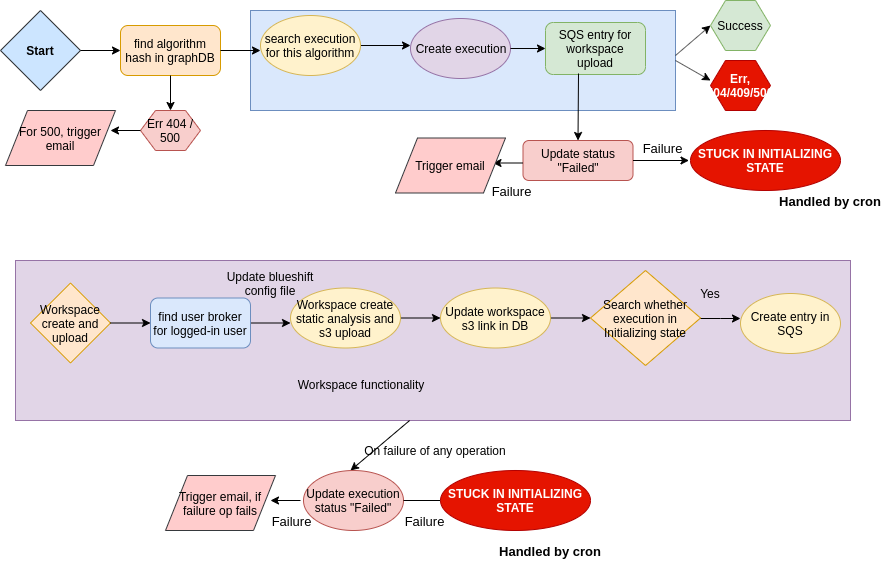
Before: start_from_UI.png, a diagram exported from draw.io (prodipta/blueshift-resouce). Source tidied: cells renumbered, new cells last; positions are measured from the earlier drawing's top-left corner, leaving out a move shared by most shapes.
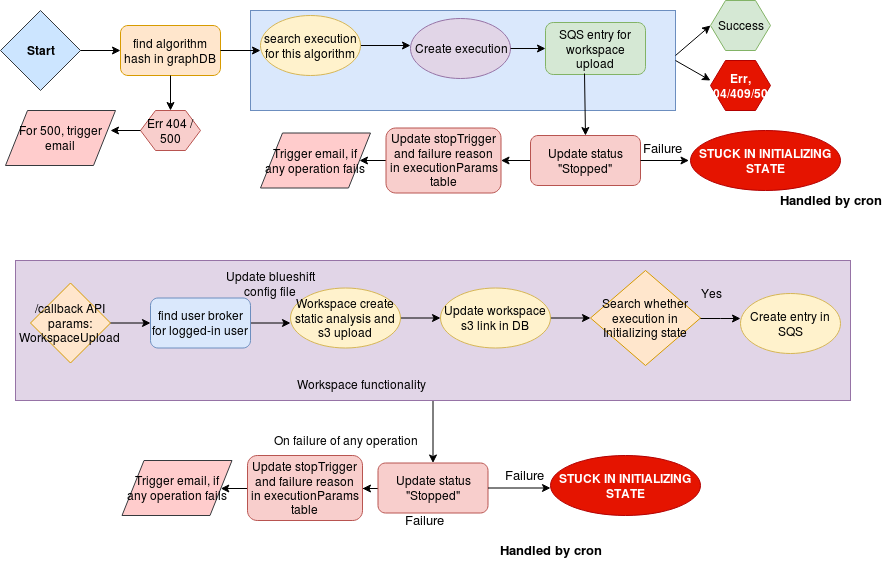
The same file after the commit.

The edit, as a diff of the source:
```diff
@@ -2,8 +2,11 @@
   <root>
     <mxCell id="0" />
     <mxCell id="1" parent="0" />
+    <mxCell id="54" style="edgeStyle=orthogonalEdgeStyle;rounded=0;jettySize=auto;html=1;" parent="1" edge="1" source="2" target="59">
+      <mxGeometry relative="1" as="geometry" />
+    </mxCell>
     <mxCell id="2" style="rounded=0;whiteSpace=wrap;html=1;fillColor=#e1d5e7;strokeColor=#9673a6;" parent="1" vertex="1">
-      <mxGeometry x="15" y="260" width="835" height="160" as="geometry" />
+      <mxGeometry x="15" y="260" width="835" height="140" as="geometry" />
     </mxCell>
     <mxCell id="3" style="rounded=0;whiteSpace=wrap;html=1;fillColor=#dae8fc;strokeColor=#6c8ebf;" parent="1" vertex="1">
       <mxGeometry x="250" y="10" width="425" height="100" as="geometry" />
@@ -35,7 +38,7 @@
     <mxCell id="10" value="Create execution" style="ellipse;whiteSpace=wrap;html=1;fillColor=#e1d5e7;strokeColor=#9673a6;" parent="1" vertex="1">
       <mxGeometry x="410" y="18" width="100" height="60" as="geometry" />
     </mxCell>
-    <mxCell id="11" value="Workspace create and upload" style="rhombus;whiteSpace=wrap;html=1;fillColor=#ffe6cc;strokeColor=#d79b00;" parent="1" vertex="1">
+    <mxCell id="11" value="&lt;div&gt;/callback API&lt;/div&gt;&lt;div&gt;params: WorkspaceUpload&lt;br&gt;&lt;/div&gt;" style="rhombus;whiteSpace=wrap;html=1;fillColor=#ffe6cc;strokeColor=#d79b00;" parent="1" vertex="1">
       <mxGeometry x="30" y="282.5" width="80" height="80" as="geometry" />
     </mxCell>
     <mxCell id="12" style="endArrow=classic;html=1;exitX=1;exitY=0.5;exitDx=0;exitDy=0;" parent="1" edge="1" source="11">
@@ -95,42 +98,26 @@
     <mxCell id="26" value="For 500, trigger email" style="shape=parallelogram;perimeter=parallelogramPerimeter;whiteSpace=wrap;html=1;fillColor=#ffcccc;strokeColor=#36393d;" parent="1" vertex="1">
       <mxGeometry x="5" y="110" width="110" height="55" as="geometry" />
     </mxCell>
-    <mxCell id="27" style="endArrow=classic;html=1;exitX=0.472;exitY=1;exitDx=0;exitDy=0;exitPerimeter=0;" parent="1" edge="1" source="2">
-      <mxGeometry relative="1" as="geometry">
-        <mxPoint x="350" y="470" as="targetPoint" />
-      </mxGeometry>
-    </mxCell>
     <mxCell id="28" value="On failure of any operation" style="text;html=1;strokeColor=none;fillColor=none;align=center;verticalAlign=middle;whiteSpace=wrap;rounded=0;" parent="1" vertex="1">
-      <mxGeometry x="360" y="440" width="150" height="20" as="geometry" />
+      <mxGeometry x="270" y="430" width="150" height="20" as="geometry" />
     </mxCell>
-    <mxCell id="29" value="Update execution status &quot;Failed&quot;" style="ellipse;whiteSpace=wrap;html=1;fillColor=#f8cecc;strokeColor=#b85450;" parent="1" vertex="1">
-      <mxGeometry x="303" y="470" width="100" height="60" as="geometry" />
-    </mxCell>
     <mxCell id="30" value="Update blueshift config file" style="text;html=1;strokeColor=none;fillColor=none;align=center;verticalAlign=middle;whiteSpace=wrap;rounded=0;" parent="1" vertex="1">
       <mxGeometry x="220" y="273" width="100" height="20" as="geometry" />
     </mxCell>
-    <mxCell id="31" style="endArrow=classic;html=1;" parent="1" edge="1">
-      <mxGeometry relative="1" as="geometry">
-        <mxPoint x="300" y="500" as="sourcePoint" />
-        <mxPoint x="270" y="500" as="targetPoint" />
-      </mxGeometry>
-    </mxCell>
-    <mxCell id="32" value="Trigger email, if failure op fails" style="shape=parallelogram;perimeter=parallelogramPerimeter;whiteSpace=wrap;html=1;fillColor=#ffcccc;strokeColor=#36393d;" parent="1" vertex="1">
-      <mxGeometry x="165" y="475" width="110" height="55" as="geometry" />
-    </mxCell>
     <mxCell id="33" value="Create entry in SQS" style="ellipse;whiteSpace=wrap;html=1;fillColor=#fff2cc;strokeColor=#d6b656;" parent="1" vertex="1">
       <mxGeometry x="740" y="293" width="100" height="60" as="geometry" />
     </mxCell>
     <mxCell id="34" value="Yes" style="text;html=1;strokeColor=none;fillColor=none;align=center;verticalAlign=middle;whiteSpace=wrap;rounded=0;" parent="1" vertex="1">
       <mxGeometry x="690" y="283" width="40" height="20" as="geometry" />
     </mxCell>
-    <mxCell id="35" style="endArrow=none;html=1;entryX=1;entryY=0.5;entryDx=0;entryDy=0;" parent="1" edge="1" target="29">
+    <mxCell id="35" style="endArrow=none;html=1;entryX=1;entryY=0.5;entryDx=0;entryDy=0;" parent="1" edge="1">
       <mxGeometry relative="1" as="geometry">
         <mxPoint x="440" y="500" as="sourcePoint" />
+        <mxPoint x="403" y="500" as="targetPoint" />
       </mxGeometry>
     </mxCell>
     <mxCell id="36" value="STUCK IN INITIALIZING STATE" style="ellipse;whiteSpace=wrap;html=1;fontStyle=1;fillColor=#e51400;strokeColor=#B20000;fontColor=#ffffff;" parent="1" vertex="1">
-      <mxGeometry x="440" y="470" width="150" height="60" as="geometry" />
+      <mxGeometry x="550" y="455" width="150" height="60" as="geometry" />
     </mxCell>
     <mxCell id="37" value="Handled by cron" style="text;html=1;strokeColor=none;fillColor=none;align=center;verticalAlign=middle;whiteSpace=wrap;rounded=0;fontStyle=1;fontSize=13;" parent="1" vertex="1">
       <mxGeometry x="490" y="540" width="120" height="20" as="geometry" />
@@ -141,14 +128,21 @@
     <mxCell id="39" style="endArrow=classic;html=1;exitX=1;exitY=0.5;exitDx=0;exitDy=0;entryX=0;entryY=0.5;entryDx=0;entryDy=0;" parent="1" edge="1" source="10" target="24">
       <mxGeometry relative="1" as="geometry" />
     </mxCell>
-    <mxCell id="40" style="endArrow=classic;html=1;entryX=0.5;entryY=0;entryDx=0;entryDy=0;" parent="1" edge="1" target="41">
-      <mxGeometry relative="1" as="geometry">
-        <mxPoint x="578" y="73" as="sourcePoint" />
-      </mxGeometry>
+    <mxCell id="40" style="endArrow=classic;html=1;entryX=0.5;entryY=0;entryDx=0;entryDy=0;exitX=0.39;exitY=0.981;exitDx=0;exitDy=0;exitPerimeter=0;" parent="1" edge="1" source="24" target="41">
+      <mxGeometry relative="1" as="geometry" />
     </mxCell>
+    <mxCell id="55" style="edgeStyle=orthogonalEdgeStyle;rounded=0;jettySize=auto;html=1;" parent="1" edge="1" source="41" target="57">
+      <mxGeometry relative="1" as="geometry" />
+    </mxCell>
-    <mxCell id="41" value="Update status &quot;Failed&quot;" style="rounded=1;whiteSpace=wrap;html=1;fillColor=#f8cecc;strokeColor=#b85450;" parent="1" vertex="1">
-      <mxGeometry x="522.5" y="140" width="110" height="40" as="geometry" />
+    <mxCell id="41" value="&lt;div&gt;Update status &quot;Stopped&quot;&lt;/div&gt;" style="rounded=1;whiteSpace=wrap;html=1;fillColor=#f8cecc;strokeColor=#b85450;" parent="1" vertex="1">
+      <mxGeometry x="530" y="135" width="110" height="50" as="geometry" />
     </mxCell>
+    <mxCell id="56" style="edgeStyle=orthogonalEdgeStyle;rounded=0;jettySize=auto;html=1;" parent="1" edge="1" source="57" target="51">
+      <mxGeometry relative="1" as="geometry" />
+    </mxCell>
+    <mxCell id="57" value="Update stopTrigger and failure reason in executionParams table" style="rounded=1;whiteSpace=wrap;html=1;fillColor=#f8cecc;strokeColor=#b85450;" parent="1" vertex="1">
+      <mxGeometry x="385.5" y="127.5" width="115" height="65" as="geometry" />
+    </mxCell>
     <mxCell id="42" style="endArrow=classic;html=1;exitX=1;exitY=0.5;exitDx=0;exitDy=0;" parent="1" edge="1" source="41">
       <mxGeometry relative="1" as="geometry">
         <mxPoint x="688.5" y="160" as="targetPoint" />
@@ -179,20 +173,31 @@
     <mxCell id="49" value="Err, 404/409/500" style="shape=hexagon;perimeter=hexagonPerimeter2;whiteSpace=wrap;html=1;fillColor=#e51400;strokeColor=#B20000;fontColor=#ffffff;fontStyle=1;" parent="1" vertex="1">
       <mxGeometry x="710" y="60" width="60" height="50" as="geometry" />
     </mxCell>
-    <mxCell id="50" style="endArrow=classic;html=1;" parent="1" edge="1">
-      <mxGeometry relative="1" as="geometry">
-        <mxPoint x="522.5" y="162.5" as="sourcePoint" />
-        <mxPoint x="492.5" y="162.5" as="targetPoint" />
-      </mxGeometry>
-    </mxCell>
-    <mxCell id="51" value="Trigger email" style="shape=parallelogram;perimeter=parallelogramPerimeter;whiteSpace=wrap;html=1;fillColor=#ffcccc;strokeColor=#36393d;" parent="1" vertex="1">
-      <mxGeometry x="395" y="137.5" width="110" height="55" as="geometry" />
+    <mxCell id="51" value="Trigger email, if any operation fails" style="shape=parallelogram;perimeter=parallelogramPerimeter;whiteSpace=wrap;html=1;fillColor=#ffcccc;strokeColor=#36393d;" parent="1" vertex="1">
+      <mxGeometry x="260" y="132.5" width="110" height="55" as="geometry" />
     </mxCell>
-    <mxCell id="52" value="Failure" style="text;html=1;strokeColor=none;fillColor=none;align=center;verticalAlign=middle;whiteSpace=wrap;rounded=0;fontSize=13;" parent="1" vertex="1">
-      <mxGeometry x="490" y="180" width="40" height="20" as="geometry" />
-    </mxCell>
-    <mxCell id="53" value="Failure" style="text;html=1;strokeColor=none;fillColor=none;align=center;verticalAlign=middle;whiteSpace=wrap;rounded=0;fontSize=13;" parent="1" vertex="1">
-      <mxGeometry x="270" y="510" width="40" height="20" as="geometry" />
-    </mxCell>
+    <mxCell id="58" style="edgeStyle=orthogonalEdgeStyle;rounded=0;jettySize=auto;html=1;" parent="1" edge="1" source="59" target="61">
+      <mxGeometry relative="1" as="geometry" />
+    </mxCell>
+    <mxCell id="59" value="&lt;div&gt;Update status &quot;Stopped&quot;&lt;/div&gt;" style="rounded=1;whiteSpace=wrap;html=1;fillColor=#f8cecc;strokeColor=#b85450;" parent="1" vertex="1">
+      <mxGeometry x="377.5" y="462.5" width="110" height="50" as="geometry" />
+    </mxCell>
+    <mxCell id="60" style="edgeStyle=orthogonalEdgeStyle;rounded=0;jettySize=auto;html=1;" parent="1" edge="1" source="61" target="64">
+      <mxGeometry relative="1" as="geometry" />
+    </mxCell>
+    <mxCell id="61" value="Update stopTrigger and failure reason in executionParams table" style="rounded=1;whiteSpace=wrap;html=1;fillColor=#f8cecc;strokeColor=#b85450;" parent="1" vertex="1">
+      <mxGeometry x="247" y="455" width="115" height="65" as="geometry" />
+    </mxCell>
+    <mxCell id="62" style="endArrow=classic;html=1;exitX=1;exitY=0.5;exitDx=0;exitDy=0;" parent="1" edge="1" source="59">
+      <mxGeometry relative="1" as="geometry">
+        <mxPoint x="550" y="487.5" as="targetPoint" />
+      </mxGeometry>
+    </mxCell>
+    <mxCell id="63" value="Failure" style="text;html=1;strokeColor=none;fillColor=none;align=center;verticalAlign=middle;whiteSpace=wrap;rounded=0;fontSize=13;" parent="1" vertex="1">
+      <mxGeometry x="503" y="465" width="40" height="20" as="geometry" />
+    </mxCell>
+    <mxCell id="64" value="Trigger email, if any operation fails" style="shape=parallelogram;perimeter=parallelogramPerimeter;whiteSpace=wrap;html=1;fillColor=#ffcccc;strokeColor=#36393d;" parent="1" vertex="1">
+      <mxGeometry x="121.5" y="460" width="110" height="55" as="geometry" />
+    </mxCell>
   </root>
 </mxGraphModel>
```
